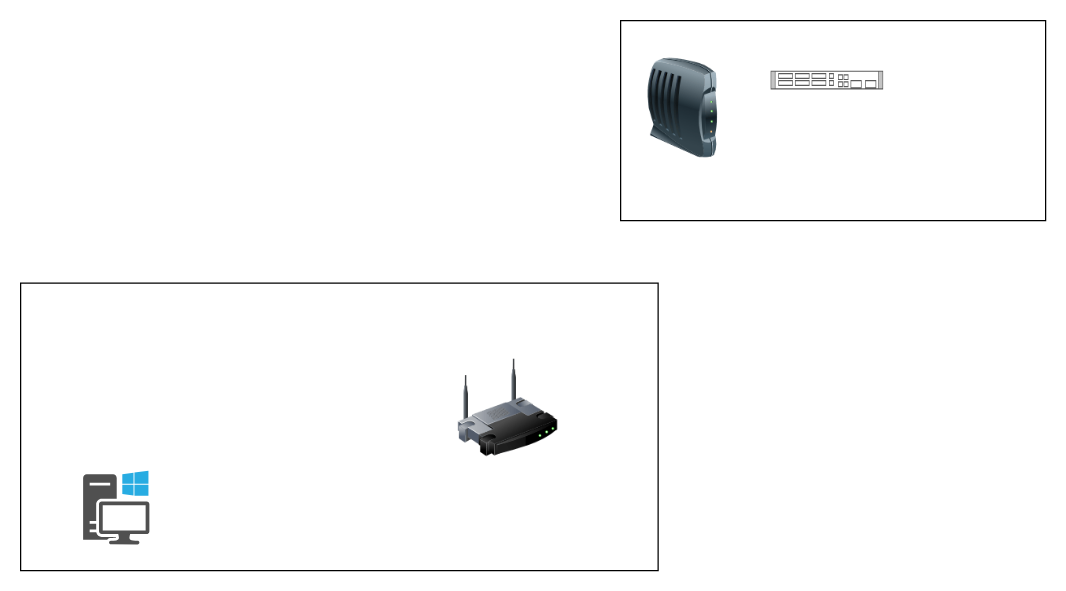
The draw.io diagram TestDiagram.drawio in blacknacoustic/ljdiagrams, before the edit. Source tidied: cells renumbered, new cells numbered last; positions are measured from the earlier drawing's top-left corner, leaving out a move shared by most shapes. Both pictures are drawn from the tidied source at 125%, with x=0, y=0 at pixel (20, 20).
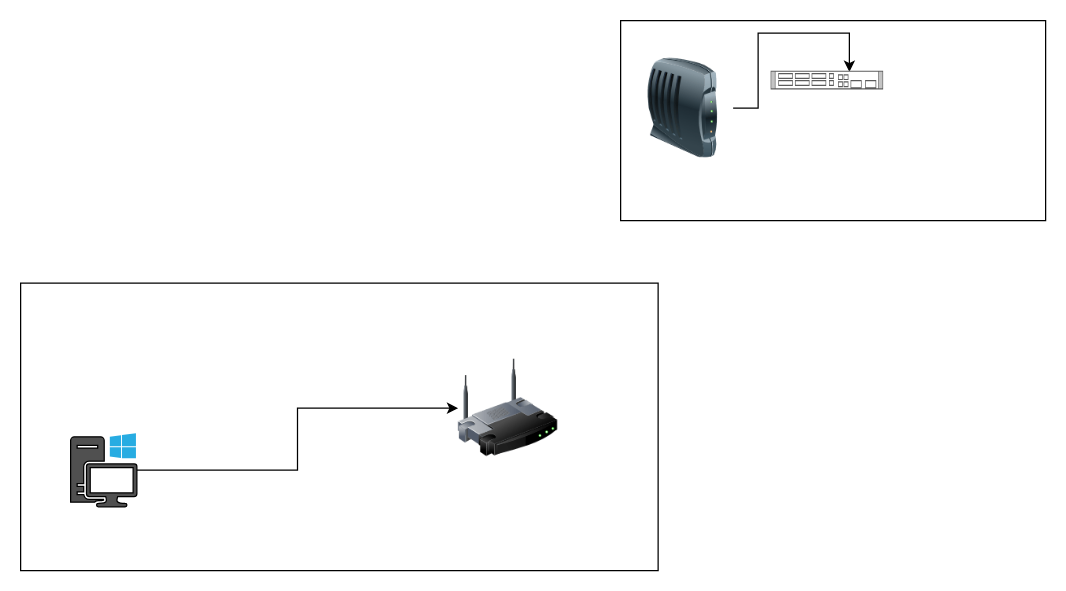
Above is the later version.

Diff of the diagram source:
```diff
@@
 <mxGraphModel>
   <root>
     <mxCell id="0" />
     <mxCell id="1" parent="0" />
     <mxCell id="2" style="rounded=0;whiteSpace=wrap;html=1;" parent="1" vertex="1">
       <mxGeometry x="480" width="340" height="160" as="geometry" />
     </mxCell>
     <mxCell id="3" style="rounded=0;whiteSpace=wrap;html=1;" parent="1" vertex="1">
       <mxGeometry y="210" width="510" height="230" as="geometry" />
     </mxCell>
     <mxCell id="4" style="image;html=1;image=img/lib/clip_art/networking/Wireless_Router_128x128.png;" parent="1" vertex="1">
       <mxGeometry x="350" y="270" width="80" height="80" as="geometry" />
     </mxCell>
+    <mxCell id="8" style="edgeStyle=orthogonalEdgeStyle;rounded=0;jettySize=auto;html=1;" parent="1" edge="1" source="5" target="4">
+      <mxGeometry relative="1" as="geometry" />
+    </mxCell>
-    <mxCell id="5" style="sketch=0;shadow=0;dashed=0;html=1;strokeColor=none;fillColor=#505050;labelPosition=center;verticalLabelPosition=bottom;verticalAlign=top;outlineConnect=0;align=center;shape=mxgraph.office.devices.workstation_pc;" parent="1" vertex="1">
-      <mxGeometry x="50" y="360" width="53" height="59" as="geometry" />
+    <mxCell id="5" style="sketch=0;shadow=0;dashed=0;html=1;strokeColor=default;fillColor=#505050;labelPosition=center;verticalLabelPosition=bottom;verticalAlign=top;outlineConnect=0;align=center;shape=mxgraph.office.devices.workstation_pc;" parent="1" vertex="1">
+      <mxGeometry x="40" y="330" width="53" height="59" as="geometry" />
     </mxCell>
+    <mxCell id="9" style="edgeStyle=orthogonalEdgeStyle;rounded=0;jettySize=auto;html=1;entryX=0.7;entryY=0.067;entryDx=0;entryDy=0;entryPerimeter=0;" parent="1" edge="1" source="6" target="7">
+      <mxGeometry relative="1" as="geometry" />
+    </mxCell>
     <mxCell id="6" style="image;html=1;image=img/lib/clip_art/networking/Modem_128x128.png;" parent="1" vertex="1">
       <mxGeometry x="490" y="30" width="80" height="80" as="geometry" />
     </mxCell>
     <mxCell id="7" style="shape=mxgraph.rack.cisco.cisco_catalyst_4928_10_gigabit_ethernet_switch;html=1;labelPosition=right;align=left;spacingLeft=15;dashed=0;shadow=0;fillColor=#ffffff;" parent="1" vertex="1">
       <mxGeometry x="600" y="40" width="90" height="15" as="geometry" />
     </mxCell>
   </root>
 </mxGraphModel>
```
